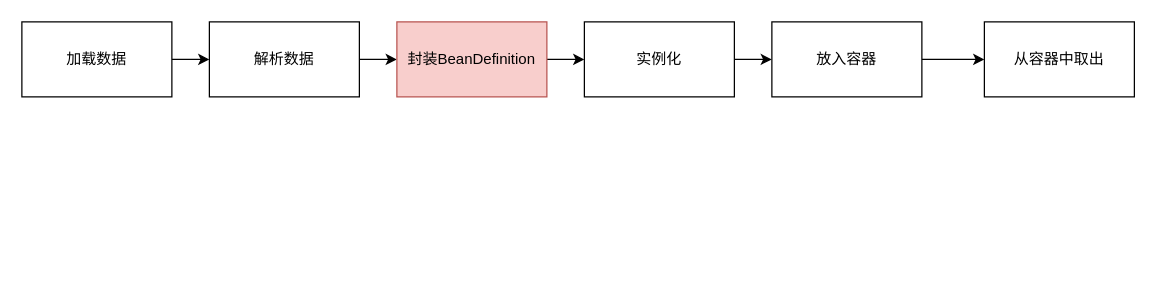
This is spring流程图.drawio from huangkemingyyds/drawing, a draw.io file, before an edit. Source tidied: cells renumbered, new cells numbered last; positions are measured from the earlier drawing's top-left corner, leaving out a move shared by most shapes. Both pictures are drawn from the tidied source at 125%, with x=0, y=0 at pixel (21, 21).
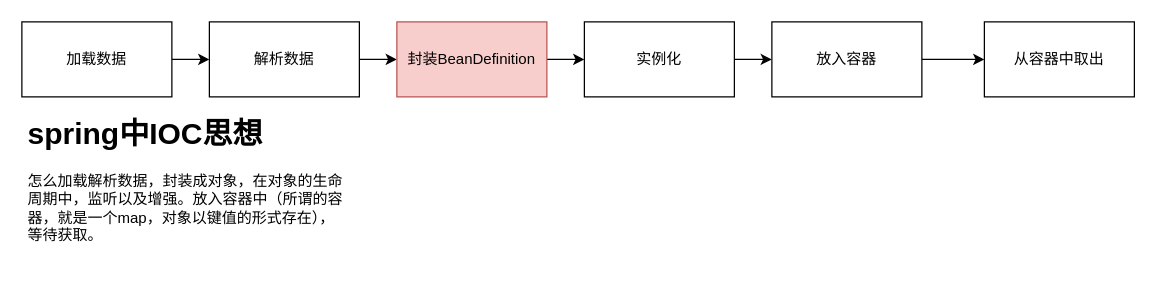
The same diagram, later.

Commit message (it also covers changes not shown here):
更新spring流程图.drawio

Change to the diagram source:
```diff
@@
 <mxGraphModel>
   <root>
     <mxCell id="0" />
     <mxCell id="1" parent="0" />
     <mxCell id="2" style="edgeStyle=orthogonalEdgeStyle;rounded=0;jettySize=auto;html=1;exitX=1;exitY=0.5;exitDx=0;exitDy=0;entryX=0;entryY=0.5;entryDx=0;entryDy=0;" parent="1" edge="1" source="3" target="5">
       <mxGeometry relative="1" as="geometry" />
     </mxCell>
     <mxCell id="3" value="加载数据" style="rounded=0;whiteSpace=wrap;html=1;" parent="1" vertex="1">
       <mxGeometry width="120" height="60" as="geometry" />
     </mxCell>
     <mxCell id="4" style="edgeStyle=orthogonalEdgeStyle;rounded=0;jettySize=auto;html=1;exitX=1;exitY=0.5;exitDx=0;exitDy=0;entryX=0;entryY=0.5;entryDx=0;entryDy=0;" parent="1" edge="1" source="5" target="7">
       <mxGeometry relative="1" as="geometry" />
     </mxCell>
     <mxCell id="5" value="解析数据" style="rounded=0;whiteSpace=wrap;html=1;" parent="1" vertex="1">
       <mxGeometry x="150" width="120" height="60" as="geometry" />
     </mxCell>
     <mxCell id="6" style="edgeStyle=orthogonalEdgeStyle;rounded=0;jettySize=auto;html=1;exitX=1;exitY=0.5;exitDx=0;exitDy=0;entryX=0;entryY=0.5;entryDx=0;entryDy=0;" parent="1" edge="1" source="7" target="9">
       <mxGeometry relative="1" as="geometry" />
     </mxCell>
     <mxCell id="7" value="封装BeanDefinition" style="rounded=0;whiteSpace=wrap;html=1;fillColor=#f8cecc;strokeColor=#b85450;" parent="1" vertex="1">
       <mxGeometry x="300" width="120" height="60" as="geometry" />
     </mxCell>
     <mxCell id="8" style="edgeStyle=orthogonalEdgeStyle;rounded=0;jettySize=auto;html=1;exitX=1;exitY=0.5;exitDx=0;exitDy=0;entryX=0;entryY=0.5;entryDx=0;entryDy=0;" parent="1" edge="1" source="9" target="11">
       <mxGeometry relative="1" as="geometry" />
     </mxCell>
     <mxCell id="9" value="实例化" style="rounded=0;whiteSpace=wrap;html=1;" parent="1" vertex="1">
       <mxGeometry x="450" width="120" height="60" as="geometry" />
     </mxCell>
     <mxCell id="10" style="edgeStyle=orthogonalEdgeStyle;rounded=0;jettySize=auto;html=1;exitX=1;exitY=0.5;exitDx=0;exitDy=0;entryX=0;entryY=0.5;entryDx=0;entryDy=0;" parent="1" edge="1" source="11" target="12">
       <mxGeometry relative="1" as="geometry" />
     </mxCell>
     <mxCell id="11" value="放入容器&lt;br&gt;" style="rounded=0;whiteSpace=wrap;html=1;" parent="1" vertex="1">
       <mxGeometry x="600" width="120" height="60" as="geometry" />
     </mxCell>
     <mxCell id="12" value="从容器中取出" style="rounded=0;whiteSpace=wrap;html=1;" parent="1" vertex="1">
       <mxGeometry x="770" width="120" height="60" as="geometry" />
     </mxCell>
+    <mxCell id="13" value="&lt;h1&gt;spring中IOC思想&lt;/h1&gt;&lt;p&gt;怎么加载解析数据，封装成对象，在对象的生命周期中，监听以及增强。放入容器中（所谓的容器，就是一个map，对象以键值的形式存在），等待获取。&lt;/p&gt;" style="text;html=1;strokeColor=none;fillColor=none;spacing=5;spacingTop=-20;whiteSpace=wrap;overflow=hidden;rounded=0;" parent="1" vertex="1">
+      <mxGeometry y="70" width="260" height="130" as="geometry" />
+    </mxCell>
   </root>
 </mxGraphModel>
```
